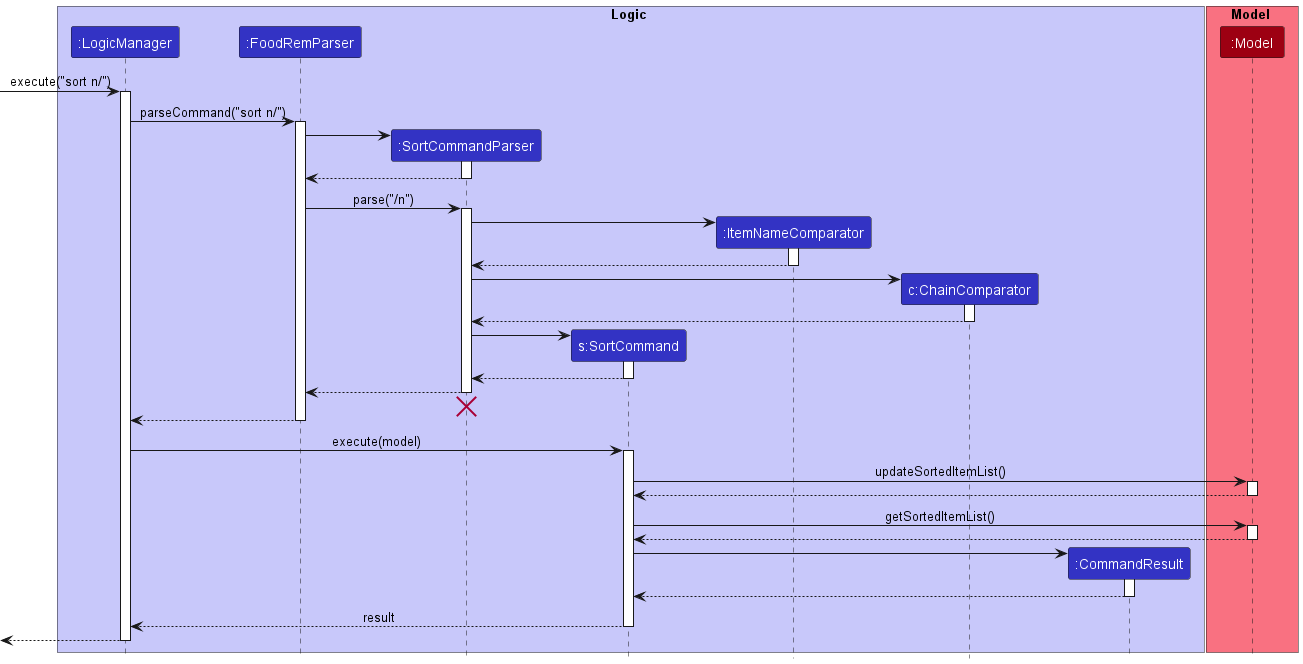
The PlantUML diagram docs/images/SortItemsSequenceDiagram.png in nus-cs2103-AY2223S1/tp, before a commit. Its diagram source:
```plantuml
@startuml
!include style.puml

box Logic LOGIC_COLOR_T1
participant ":LogicManager" as LogicManager LOGIC_COLOR
participant ":FoodRemParser" as FoodRemParser LOGIC_COLOR
participant ":SortCommandParser" as SortCommandParser LOGIC_COLOR
participant "s:SortCommand" as SortCommand LOGIC_COLOR
participant ":ItemNameComparator" as ItemNameComparator LOGIC_COLOR
participant "c:ChainComparator" as ChainComparator LOGIC_COLOR
participant ":CommandResult" as CommandResult LOGIC_COLOR
end box

box Model MODEL_COLOR_T1
participant ":Model" as Model MODEL_COLOR
end box

[-> LogicManager : execute("sort n/")
activate LogicManager

LogicManager -> FoodRemParser : parseCommand("sort n/")
activate FoodRemParser

create SortCommandParser
FoodRemParser -> SortCommandParser
activate SortCommandParser

SortCommandParser --> FoodRemParser
deactivate SortCommandParser

FoodRemParser -> SortCommandParser : parse("/n")
activate SortCommandParser

create ItemNameComparator
SortCommandParser -> ItemNameComparator
activate ItemNameComparator

ItemNameComparator --> SortCommandParser
deactivate ItemNameComparator

create ChainComparator
SortCommandParser -> ChainComparator
activate ChainComparator

ChainComparator --> SortCommandParser
deactivate ChainComparator

create SortCommand
SortCommandParser -> SortCommand
activate SortCommand

SortCommand --> SortCommandParser :
deactivate SortCommand

SortCommandParser --> FoodRemParser :
deactivate SortCommandParser
SortCommandParser -[hidden]-> FoodRemParser
destroy SortCommandParser

FoodRemParser --> LogicManager :
deactivate FoodRemParser

LogicManager -> SortCommand : execute(model)
activate SortCommand

SortCommand -> Model : updateSortedItemList()
activate Model

Model --> SortCommand
deactivate Model

SortCommand -> Model : getSortedItemList()
activate Model

Model --> SortCommand
deactivate Model

create CommandResult
SortCommand -> CommandResult
activate CommandResult

CommandResult --> SortCommand
deactivate CommandResult

SortCommand --> LogicManager : result
deactivate SortCommand

[<--LogicManager
deactivate LogicManager
@enduml
```
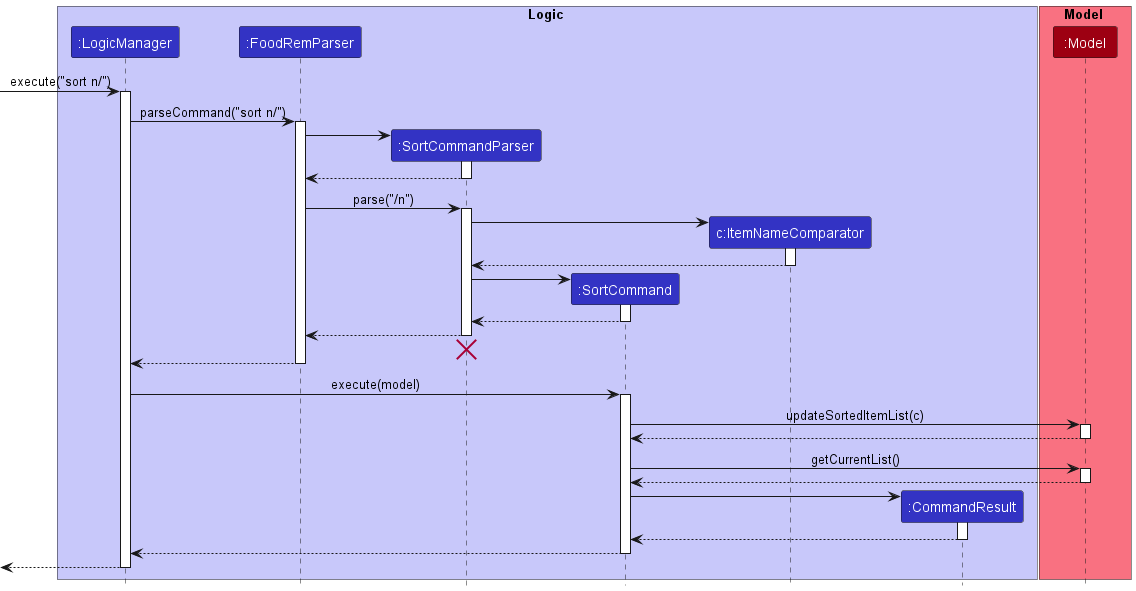
Later version of the same file.

Commit message:
Update sort command UML diagram

The edit, as a diff of the source:
```diff
@@ -5,9 +5,8 @@
 participant ":LogicManager" as LogicManager LOGIC_COLOR
 participant ":FoodRemParser" as FoodRemParser LOGIC_COLOR
 participant ":SortCommandParser" as SortCommandParser LOGIC_COLOR
-participant "s:SortCommand" as SortCommand LOGIC_COLOR
-participant ":ItemNameComparator" as ItemNameComparator LOGIC_COLOR
-participant "c:ChainComparator" as ChainComparator LOGIC_COLOR
+participant ":SortCommand" as SortCommand LOGIC_COLOR
+participant "c:ItemNameComparator" as ItemNameComparator LOGIC_COLOR
 participant ":CommandResult" as CommandResult LOGIC_COLOR
 end box
 
@@ -38,13 +37,6 @@
 ItemNameComparator --> SortCommandParser
 deactivate ItemNameComparator
 
-create ChainComparator
-SortCommandParser -> ChainComparator
-activate ChainComparator
-
-ChainComparator --> SortCommandParser
-deactivate ChainComparator
-
 create SortCommand
 SortCommandParser -> SortCommand
 activate SortCommand
@@ -63,13 +55,13 @@
 LogicManager -> SortCommand : execute(model)
 activate SortCommand
 
-SortCommand -> Model : updateSortedItemList()
+SortCommand -> Model : updateSortedItemList(c)
 activate Model
 
 Model --> SortCommand
 deactivate Model
 
-SortCommand -> Model : getSortedItemList()
+SortCommand -> Model : getCurrentList()
 activate Model
 
 Model --> SortCommand
@@ -82,7 +74,7 @@
 CommandResult --> SortCommand
 deactivate CommandResult
 
-SortCommand --> LogicManager : result
+SortCommand --> LogicManager
 deactivate SortCommand
 
 [<--LogicManager
```
